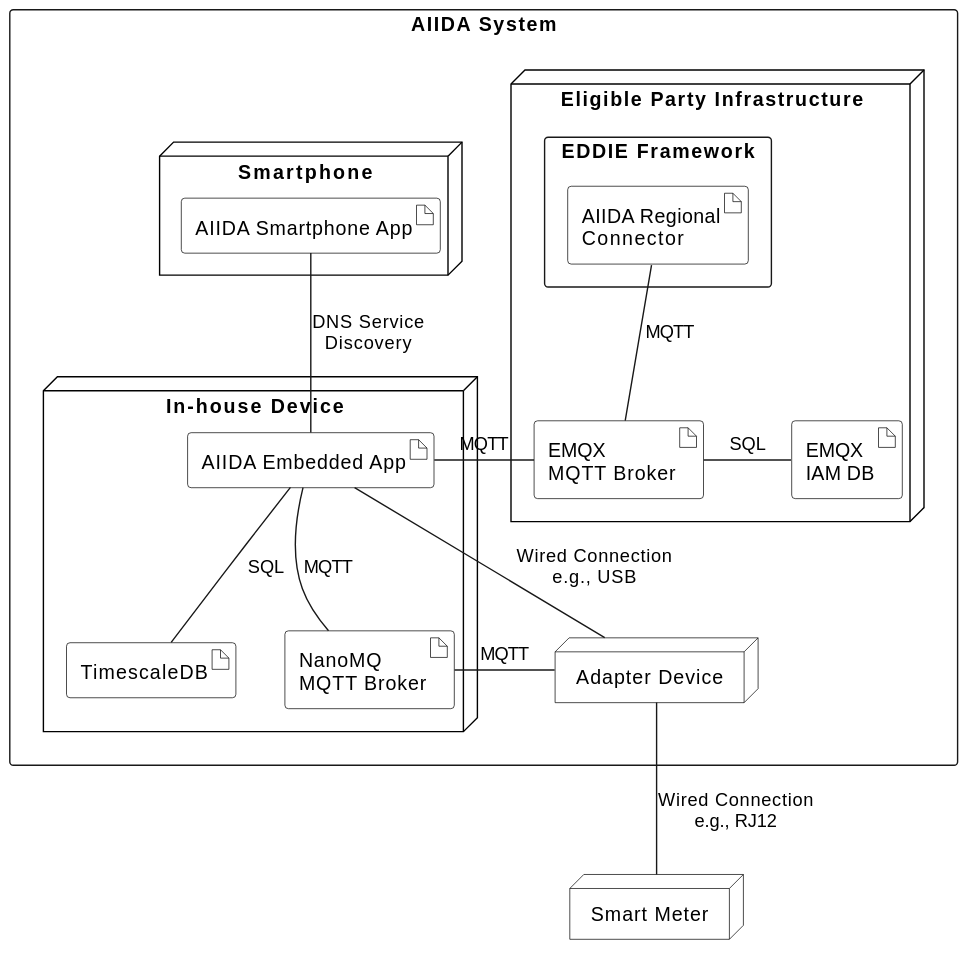
Above: arc42/aiida/deployment-view/figures/aiida_deployment_view.svg in eddie-energy/architecture (PlantUML), before the change.
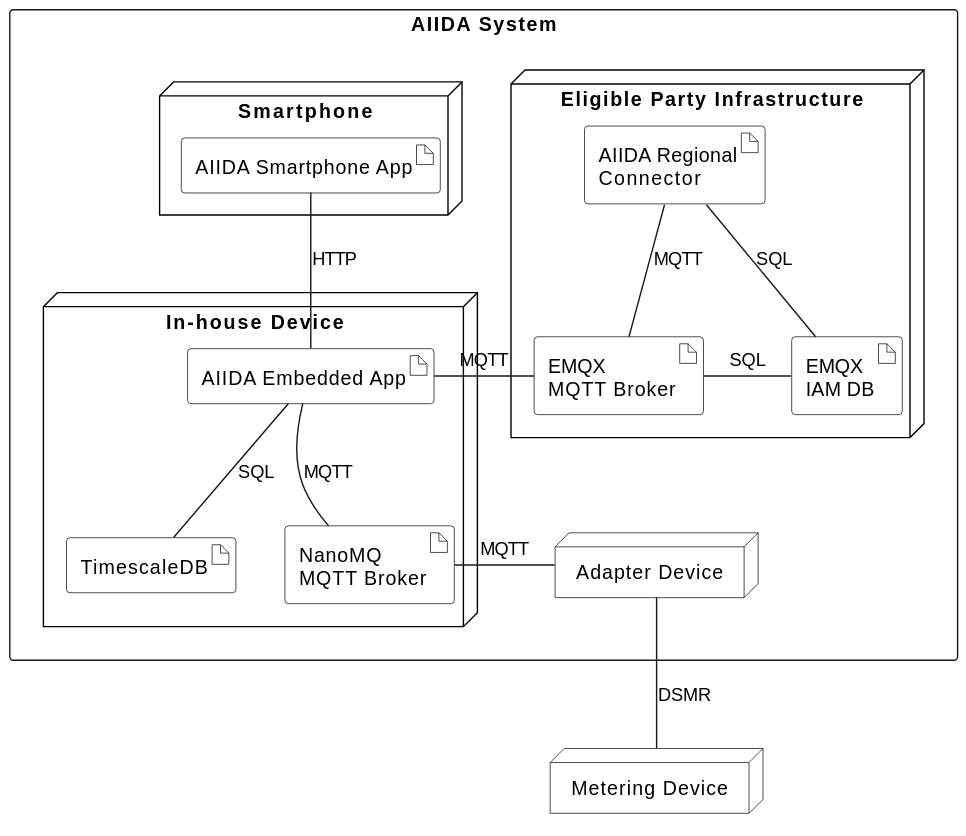
Above is the later version.

What changed in the source:
```diff
@@ -16,14 +16,14 @@
 
 rectangle "AIIDA System" {
   node "Eligible Party Infrastructure"  as epInfra{
-    rectangle "EDDIE Framework" {
       artifact "AIIDA Regional\nConnector" as regcon
-    }
     artifact "EMQX \nMQTT Broker" as broker
     artifact "EMQX \nIAM DB" as emqxiam
 
     broker -right- emqxiam : SQL
     regcon -down- broker : MQTT
+    regcon -down- emqxiam : SQL
+
   }
 
   node "Smartphone" as smartphone{
@@ -40,21 +40,15 @@
     db -[hidden]right- nano
   }
 
-  embapp -up- app : DNS Service\nDiscovery
+  embapp -up- app : HTTP
   embapp -right- broker : MQTT
 
 node "Adapter Device" as adapterDevice
 }
-node "Smart Meter" as smartmeter
+node "Metering Device" as smartmeter
 
-adapterDevice -left- embapp :  Wired Connection\ne.g., USB
+adapterDevice -[hidden]left- embapp
 adapterDevice -left- nano : MQTT
 
-smartmeter -up- adapterDevice : Wired Connection\ne.g., RJ12
-
-
-
-
-
-
+smartmeter -up- adapterDevice : DSMR
 @enduml
```
